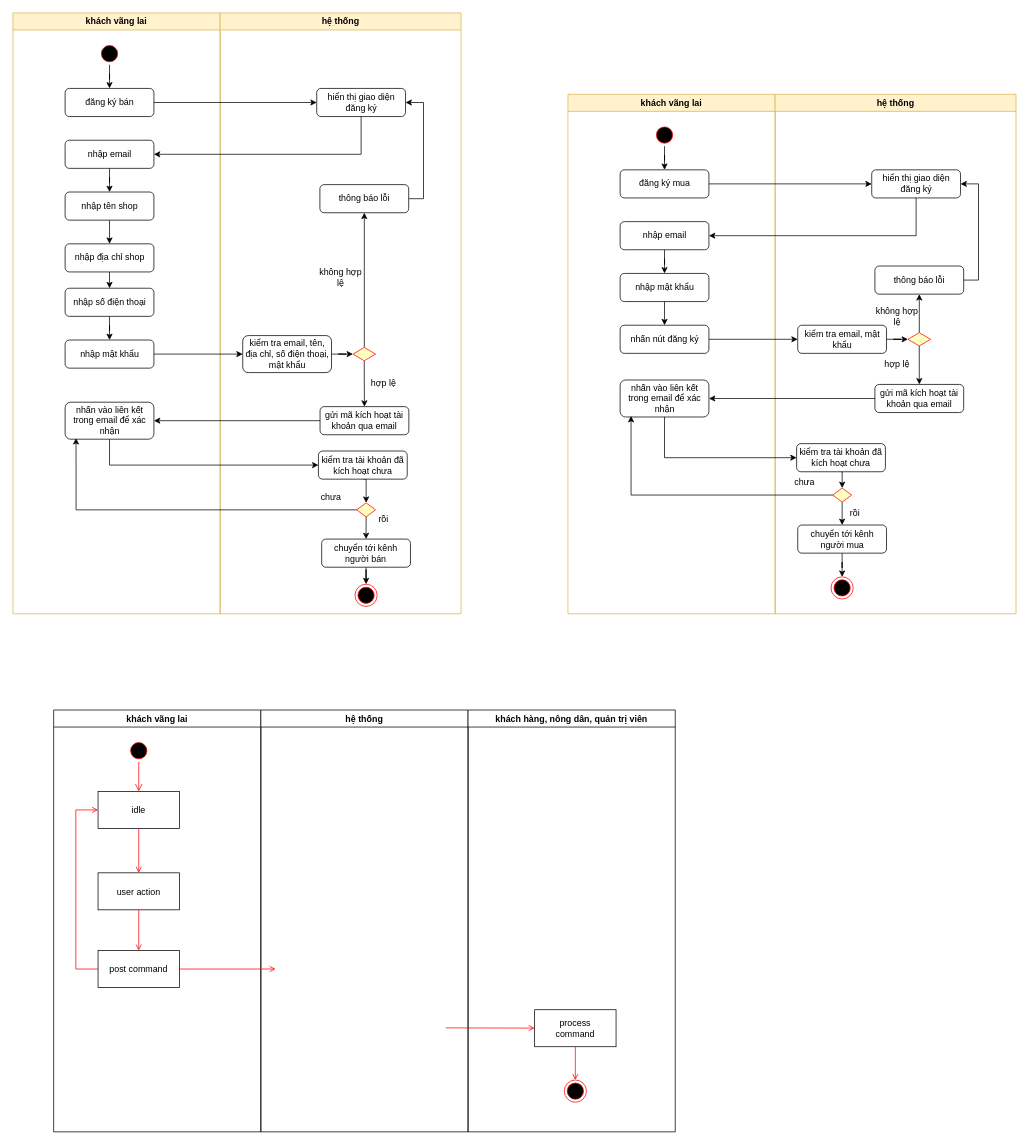
Before: activityDiagram.drawio in nhuthinh0258/Usecase, a draw.io diagram. Source tidied: cells renumbered, new cells numbered last; positions are measured from the earlier drawing's top-left corner, leaving out a move shared by most shapes. Both pictures are drawn from the tidied source at 74%, with x=0, y=0 at pixel (13, 13).
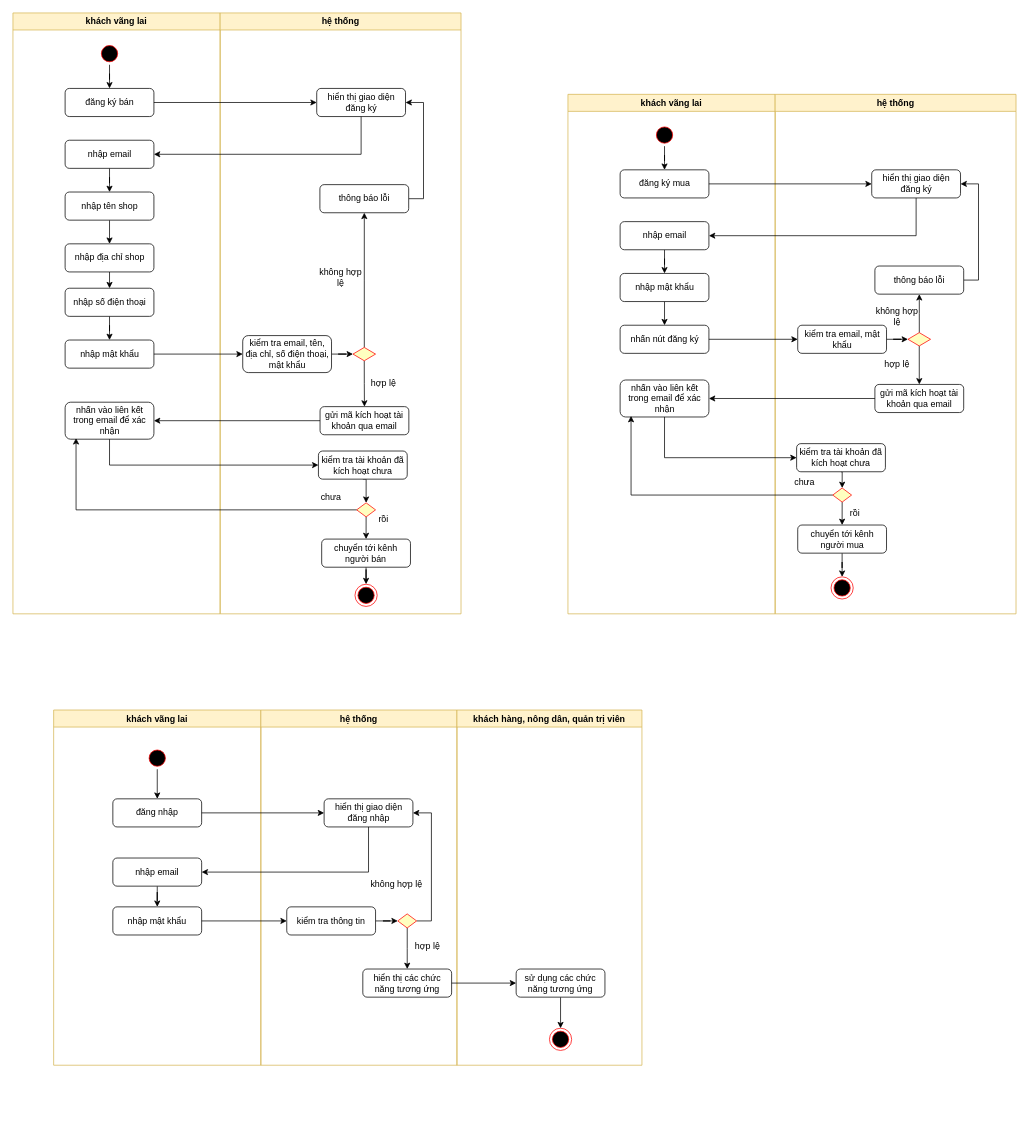
The same page after the edit.

Commit message (it also covers changes not shown here):
Cập nhật activityDiagram.drawio

Diff of the diagram source:
```diff
@@
-    <mxCell id="2" value="khách vãng lai" style="swimlane;whiteSpace=wrap;" parent="1" vertex="1">
-      <mxGeometry x="55" y="942" width="280" height="570" as="geometry" />
+    <mxCell id="2" value="khách vãng lai" style="swimlane;whiteSpace=wrap;fillColor=#fff2cc;strokeColor=#d6b656;" parent="1" vertex="1">
+      <mxGeometry x="55" y="942" width="280" height="480" as="geometry" />
     </mxCell>
+    <mxCell id="96" style="edgeStyle=orthogonalEdgeStyle;rounded=0;jettySize=auto;html=1;" parent="2" edge="1" source="3" target="97">
+      <mxGeometry relative="1" as="geometry" />
+    </mxCell>
     <mxCell id="3" style="ellipse;shape=startState;fillColor=#000000;strokeColor=#ff0000;" parent="2" vertex="1">
-      <mxGeometry x="100" y="40" width="30" height="30" as="geometry" />
+      <mxGeometry x="125" y="50" width="30" height="30" as="geometry" />
     </mxCell>
-    <mxCell id="4" style="edgeStyle=elbowEdgeStyle;elbow=horizontal;verticalAlign=bottom;endArrow=open;endSize=8;strokeColor=#FF0000;endFill=1;rounded=0;" parent="2" edge="1" source="3" target="5">
-      <mxGeometry x="100" y="40" as="geometry" />
-    </mxCell>
-    <mxCell id="5" value="idle" parent="2" vertex="1">
-      <mxGeometry x="60" y="110" width="110" height="50" as="geometry" />
-    </mxCell>
-    <mxCell id="6" value="user action" parent="2" vertex="1">
-      <mxGeometry x="60" y="220" width="110" height="50" as="geometry" />
-    </mxCell>
-    <mxCell id="7" style="endArrow=open;strokeColor=#FF0000;endFill=1;rounded=0;" parent="2" edge="1" source="5" target="6">
-      <mxGeometry relative="1" as="geometry" />
-    </mxCell>
-    <mxCell id="8" value="post command" parent="2" vertex="1">
-      <mxGeometry x="60" y="325" width="110" height="50" as="geometry" />
-    </mxCell>
-    <mxCell id="9" style="endArrow=open;strokeColor=#FF0000;endFill=1;rounded=0;" parent="2" edge="1" source="6" target="8">
-      <mxGeometry relative="1" as="geometry" />
-    </mxCell>
-    <mxCell id="10" style="edgeStyle=elbowEdgeStyle;elbow=horizontal;strokeColor=#FF0000;endArrow=open;endFill=1;rounded=0;" parent="2" edge="1" source="8" target="5">
-      <mxGeometry relative="1" as="geometry">
-        <Array as="points">
-          <mxPoint x="30" y="250" />
-        </Array>
-      </mxGeometry>
-    </mxCell>
+    <mxCell id="97" value="đăng nhập" style="rounded=1;whiteSpace=wrap;html=1;" parent="2" vertex="1">
+      <mxGeometry x="80" y="120" width="120" height="38" as="geometry" />
+    </mxCell>
+    <mxCell id="98" style="edgeStyle=orthogonalEdgeStyle;rounded=0;jettySize=auto;html=1;" parent="2" edge="1" source="99" target="100">
+      <mxGeometry relative="1" as="geometry" />
+    </mxCell>
+    <mxCell id="99" value="nhập email" style="rounded=1;whiteSpace=wrap;html=1;" parent="2" vertex="1">
+      <mxGeometry x="80" y="200" width="120" height="38" as="geometry" />
+    </mxCell>
+    <mxCell id="100" value="nhập mật khẩu" style="rounded=1;whiteSpace=wrap;html=1;" parent="2" vertex="1">
+      <mxGeometry x="80" y="266" width="120" height="38" as="geometry" />
+    </mxCell>
-    <mxCell id="11" value="hệ thống" style="swimlane;whiteSpace=wrap;" parent="1" vertex="1">
-      <mxGeometry x="335" y="942" width="280" height="570" as="geometry" />
+    <mxCell id="11" value="hệ thống" style="swimlane;whiteSpace=wrap;fillColor=#fff2cc;strokeColor=#d6b656;" parent="1" vertex="1">
+      <mxGeometry x="335" y="942" width="265" height="480" as="geometry" />
     </mxCell>
+    <mxCell id="101" value="hiển thị giao diện đăng nhập" style="rounded=1;whiteSpace=wrap;html=1;" parent="11" vertex="1">
+      <mxGeometry x="85.5" y="120" width="120" height="38" as="geometry" />
+    </mxCell>
+    <mxCell id="102" style="edgeStyle=orthogonalEdgeStyle;rounded=0;jettySize=auto;html=1;" parent="11" edge="1" source="103" target="106">
+      <mxGeometry relative="1" as="geometry" />
+    </mxCell>
+    <mxCell id="103" value="kiểm tra thông tin" style="rounded=1;whiteSpace=wrap;html=1;" parent="11" vertex="1">
+      <mxGeometry x="35" y="266" width="120" height="38" as="geometry" />
+    </mxCell>
+    <mxCell id="104" style="edgeStyle=orthogonalEdgeStyle;rounded=0;jettySize=auto;html=1;entryX=1;entryY=0.5;entryDx=0;entryDy=0;exitX=1;exitY=0.5;exitDx=0;exitDy=0;" parent="11" edge="1" source="106" target="101">
+      <mxGeometry relative="1" as="geometry" />
+    </mxCell>
+    <mxCell id="105" style="edgeStyle=orthogonalEdgeStyle;rounded=0;jettySize=auto;html=1;" parent="11" edge="1" source="106" target="107">
+      <mxGeometry relative="1" as="geometry" />
+    </mxCell>
+    <mxCell id="106" style="rhombus;fillColor=#ffffc0;strokeColor=#ff0000;" parent="11" vertex="1">
+      <mxGeometry x="185" y="275.5" width="25.5" height="19" as="geometry" />
+    </mxCell>
+    <mxCell id="107" value="hiển thị các chức năng tương ứng" style="rounded=1;whiteSpace=wrap;html=1;" parent="11" vertex="1">
+      <mxGeometry x="137.8" y="350" width="120" height="38" as="geometry" />
+    </mxCell>
+    <mxCell id="108" value="không hợp lệ" style="text;html=1;align=center;verticalAlign=middle;strokeColor=none;fillColor=none;" parent="11" vertex="1">
+      <mxGeometry x="137.8" y="220" width="90" height="30" as="geometry" />
+    </mxCell>
+    <mxCell id="109" value="hợp lệ" style="text;html=1;align=center;verticalAlign=middle;strokeColor=none;fillColor=none;" parent="11" vertex="1">
+      <mxGeometry x="195" y="304" width="60" height="30" as="geometry" />
+    </mxCell>
-    <mxCell id="12" value="khách hàng, nông dân, quản trị viên" style="swimlane;whiteSpace=wrap;" parent="1" vertex="1">
-      <mxGeometry x="615" y="942" width="280" height="570" as="geometry" />
+    <mxCell id="12" value="khách hàng, nông dân, quản trị viên" style="swimlane;whiteSpace=wrap;fillColor=#fff2cc;strokeColor=#d6b656;" parent="1" vertex="1">
+      <mxGeometry x="600" y="942" width="250" height="480" as="geometry" />
     </mxCell>
-    <mxCell id="13" value="process&#10;command" parent="12" vertex="1">
-      <mxGeometry x="90" y="405" width="110" height="50" as="geometry" />
-    </mxCell>
-    <mxCell id="14" style="edgeStyle=none;strokeColor=#FF0000;endArrow=open;endFill=1;rounded=0;" parent="12" edge="1" target="13">
-      <mxGeometry relative="1" as="geometry">
-        <mxPoint x="-30" y="429.5" as="sourcePoint" />
-      </mxGeometry>
-    </mxCell>
     <mxCell id="15" style="ellipse;shape=endState;fillColor=#000000;strokeColor=#ff0000;" parent="12" vertex="1">
-      <mxGeometry x="130" y="500" width="30" height="30" as="geometry" />
+      <mxGeometry x="125" y="430" width="30" height="30" as="geometry" />
     </mxCell>
-    <mxCell id="16" style="endArrow=open;strokeColor=#FF0000;endFill=1;rounded=0;" parent="12" edge="1" source="13" target="15">
-      <mxGeometry relative="1" as="geometry" />
-    </mxCell>
-    <mxCell id="17" style="endArrow=open;strokeColor=#FF0000;endFill=1;rounded=0;" parent="1" edge="1" source="8">
-      <mxGeometry relative="1" as="geometry">
-        <mxPoint x="355" y="1292" as="targetPoint" />
-      </mxGeometry>
-    </mxCell>
+    <mxCell id="110" style="edgeStyle=orthogonalEdgeStyle;rounded=0;jettySize=auto;html=1;exitX=0.5;exitY=1;exitDx=0;exitDy=0;entryX=0.5;entryY=0;entryDx=0;entryDy=0;" parent="12" edge="1" source="111" target="15">
+      <mxGeometry relative="1" as="geometry" />
+    </mxCell>
+    <mxCell id="111" value="sử dụng các chức năng tương ứng" style="rounded=1;whiteSpace=wrap;html=1;" parent="12" vertex="1">
+      <mxGeometry x="80" y="350" width="120" height="38" as="geometry" />
+    </mxCell>
@@
+    <mxCell id="112" style="edgeStyle=orthogonalEdgeStyle;rounded=0;jettySize=auto;html=1;entryX=0;entryY=0.5;entryDx=0;entryDy=0;" parent="1" edge="1" source="97" target="101">
+      <mxGeometry relative="1" as="geometry" />
+    </mxCell>
+    <mxCell id="113" style="edgeStyle=orthogonalEdgeStyle;rounded=0;jettySize=auto;html=1;exitX=0.5;exitY=1;exitDx=0;exitDy=0;entryX=1;entryY=0.5;entryDx=0;entryDy=0;" parent="1" edge="1" source="101" target="99">
+      <mxGeometry relative="1" as="geometry" />
+    </mxCell>
+    <mxCell id="114" style="edgeStyle=orthogonalEdgeStyle;rounded=0;jettySize=auto;html=1;exitX=1;exitY=0.5;exitDx=0;exitDy=0;entryX=0;entryY=0.5;entryDx=0;entryDy=0;" parent="1" edge="1" source="100" target="103">
+      <mxGeometry relative="1" as="geometry" />
+    </mxCell>
+    <mxCell id="115" style="edgeStyle=orthogonalEdgeStyle;rounded=0;jettySize=auto;html=1;entryX=0;entryY=0.5;entryDx=0;entryDy=0;" parent="1" edge="1" source="107" target="111">
+      <mxGeometry relative="1" as="geometry" />
+    </mxCell>
```
